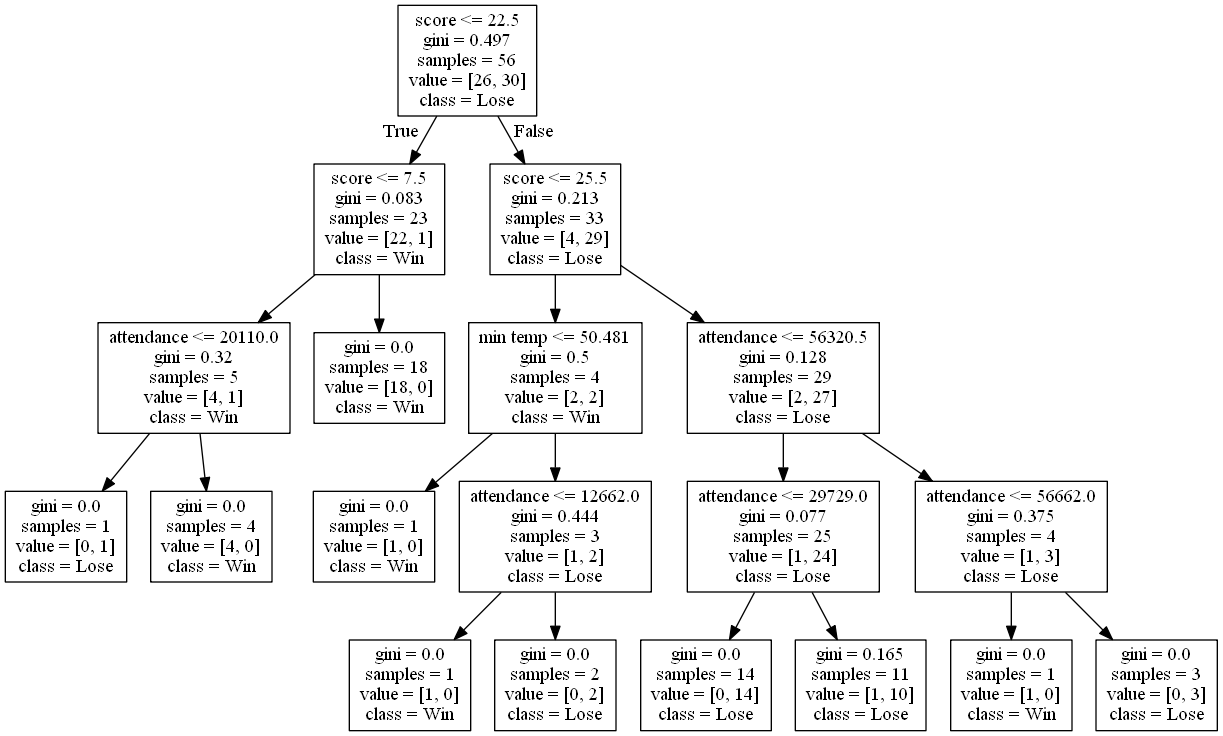
Above: DecisionTrees/decision_tree_with_score2.png in alexana-steck/CSE482Project (Graphviz), before the change. Its source is kept beside it as DecisionTrees/decision_tree_with_score2.dot. Source of this version:
```dot
digraph Tree {
node [shape=box] ;
0 [label="score <= 22.5\ngini = 0.497\nsamples = 56\nvalue = [26, 30]\nclass = Lose"] ;
1 [label="score <= 7.5\ngini = 0.083\nsamples = 23\nvalue = [22, 1]\nclass = Win"] ;
0 -> 1 [labeldistance=2.5, labelangle=45, headlabel="True"] ;
2 [label="attendance <= 20110.0\ngini = 0.32\nsamples = 5\nvalue = [4, 1]\nclass = Win"] ;
1 -> 2 ;
3 [label="gini = 0.0\nsamples = 1\nvalue = [0, 1]\nclass = Lose"] ;
2 -> 3 ;
4 [label="gini = 0.0\nsamples = 4\nvalue = [4, 0]\nclass = Win"] ;
2 -> 4 ;
5 [label="gini = 0.0\nsamples = 18\nvalue = [18, 0]\nclass = Win"] ;
1 -> 5 ;
6 [label="score <= 25.5\ngini = 0.213\nsamples = 33\nvalue = [4, 29]\nclass = Lose"] ;
0 -> 6 [labeldistance=2.5, labelangle=-45, headlabel="False"] ;
7 [label="min temp <= 50.481\ngini = 0.5\nsamples = 4\nvalue = [2, 2]\nclass = Win"] ;
6 -> 7 ;
8 [label="gini = 0.0\nsamples = 1\nvalue = [1, 0]\nclass = Win"] ;
7 -> 8 ;
9 [label="attendance <= 12662.0\ngini = 0.444\nsamples = 3\nvalue = [1, 2]\nclass = Lose"] ;
7 -> 9 ;
10 [label="gini = 0.0\nsamples = 1\nvalue = [1, 0]\nclass = Win"] ;
9 -> 10 ;
11 [label="gini = 0.0\nsamples = 2\nvalue = [0, 2]\nclass = Lose"] ;
9 -> 11 ;
12 [label="attendance <= 56320.5\ngini = 0.128\nsamples = 29\nvalue = [2, 27]\nclass = Lose"] ;
6 -> 12 ;
13 [label="attendance <= 29729.0\ngini = 0.077\nsamples = 25\nvalue = [1, 24]\nclass = Lose"] ;
12 -> 13 ;
14 [label="gini = 0.0\nsamples = 14\nvalue = [0, 14]\nclass = Lose"] ;
13 -> 14 ;
15 [label="gini = 0.165\nsamples = 11\nvalue = [1, 10]\nclass = Lose"] ;
13 -> 15 ;
16 [label="attendance <= 56662.0\ngini = 0.375\nsamples = 4\nvalue = [1, 3]\nclass = Lose"] ;
12 -> 16 ;
17 [label="gini = 0.0\nsamples = 1\nvalue = [1, 0]\nclass = Win"] ;
16 -> 17 ;
18 [label="gini = 0.0\nsamples = 3\nvalue = [0, 3]\nclass = Lose"] ;
16 -> 18 ;
}
```
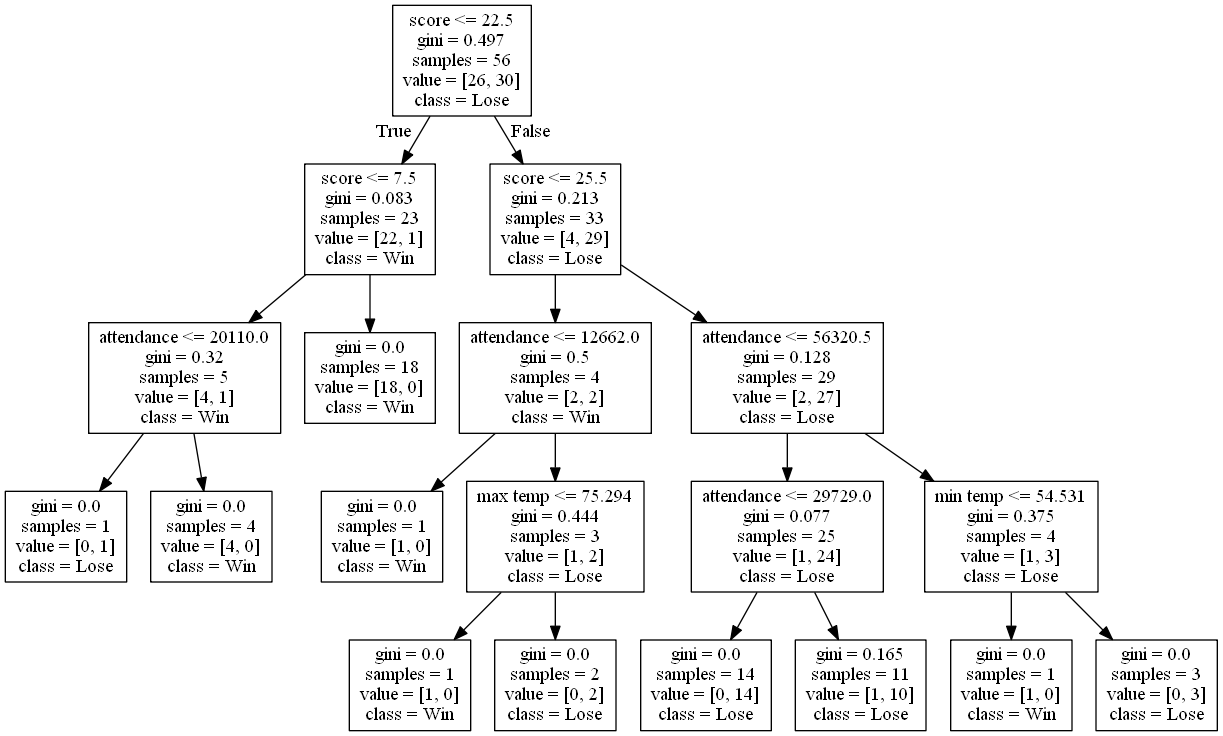
The same diagram one commit later.

The edit, as a diff of the source:
```diff
@@ -13,11 +13,11 @@
 1 -> 5 ;
 6 [label="score <= 25.5\ngini = 0.213\nsamples = 33\nvalue = [4, 29]\nclass = Lose"] ;
 0 -> 6 [labeldistance=2.5, labelangle=-45, headlabel="False"] ;
-7 [label="min temp <= 50.481\ngini = 0.5\nsamples = 4\nvalue = [2, 2]\nclass = Win"] ;
+7 [label="attendance <= 12662.0\ngini = 0.5\nsamples = 4\nvalue = [2, 2]\nclass = Win"] ;
 6 -> 7 ;
 8 [label="gini = 0.0\nsamples = 1\nvalue = [1, 0]\nclass = Win"] ;
 7 -> 8 ;
-9 [label="attendance <= 12662.0\ngini = 0.444\nsamples = 3\nvalue = [1, 2]\nclass = Lose"] ;
+9 [label="max temp <= 75.294\ngini = 0.444\nsamples = 3\nvalue = [1, 2]\nclass = Lose"] ;
 7 -> 9 ;
 10 [label="gini = 0.0\nsamples = 1\nvalue = [1, 0]\nclass = Win"] ;
 9 -> 10 ;
@@ -31,7 +31,7 @@
 13 -> 14 ;
 15 [label="gini = 0.165\nsamples = 11\nvalue = [1, 10]\nclass = Lose"] ;
 13 -> 15 ;
-16 [label="attendance <= 56662.0\ngini = 0.375\nsamples = 4\nvalue = [1, 3]\nclass = Lose"] ;
+16 [label="min temp <= 54.531\ngini = 0.375\nsamples = 4\nvalue = [1, 3]\nclass = Lose"] ;
 12 -> 16 ;
 17 [label="gini = 0.0\nsamples = 1\nvalue = [1, 0]\nclass = Win"] ;
 16 -> 17 ;
```
